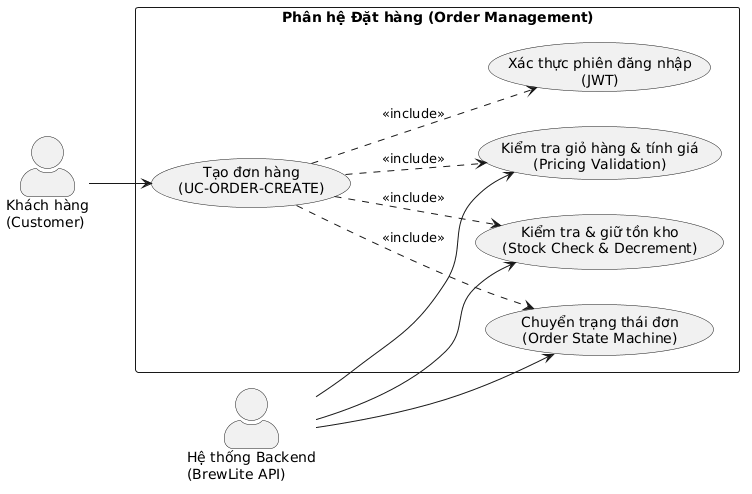
ChienPM-27/BrewLite_02 keeps this PlantUML diagram as report/figures/usecase-order.png. Above is the earlier version. Source of this version:
```plantuml
@startuml
left to right direction
skinparam packageStyle rectangle
skinparam actorStyle awesome

actor "Khách hàng\n(Customer)" as Customer
actor "Hệ thống Backend\n(BrewLite API)" as Backend

rectangle "Phân hệ Đặt hàng (Order Management)" {
  usecase "Tạo đơn hàng\n(UC-ORDER-CREATE)" as UC_CreateOrder
  usecase "Xác thực phiên đăng nhập\n(JWT)" as UC_Auth
  usecase "Kiểm tra giỏ hàng & tính giá\n(Pricing Validation)" as UC_ValidatePricing
  usecase "Kiểm tra & giữ tồn kho\n(Stock Check & Decrement)" as UC_Stock
  usecase "Chuyển trạng thái đơn\n(Order State Machine)" as UC_StateMachine
}

Customer --> UC_CreateOrder

UC_CreateOrder ..> UC_Auth            : <<include>>
UC_CreateOrder ..> UC_ValidatePricing : <<include>>
UC_CreateOrder ..> UC_Stock           : <<include>>
UC_CreateOrder ..> UC_StateMachine   : <<include>>

Backend --> UC_ValidatePricing
Backend --> UC_Stock
Backend --> UC_StateMachine
@enduml
```
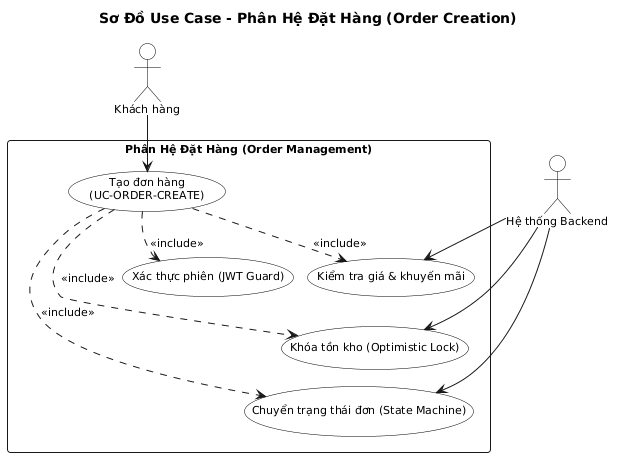
After the change.

Diff of the diagram source:
```diff
@@ -1,27 +1,45 @@
-@startuml
-left to right direction
-skinparam packageStyle rectangle
-skinparam actorStyle awesome
+@startuml usecase-order
+title Sơ Đồ Use Case - Phân Hệ Đặt Hàng (Order Creation)
 
-actor "Khách hàng\n(Customer)" as Customer
-actor "Hệ thống Backend\n(BrewLite API)" as Backend
+skinparam defaultFontName Arial
+skinparam shadowing false
+skinparam roundcorner 6
+skinparam defaultFontSize 11
+skinparam nodesep 14
+skinparam ranksep 16
 
-rectangle "Phân hệ Đặt hàng (Order Management)" {
-  usecase "Tạo đơn hàng\n(UC-ORDER-CREATE)" as UC_CreateOrder
-  usecase "Xác thực phiên đăng nhập\n(JWT)" as UC_Auth
-  usecase "Kiểm tra giỏ hàng & tính giá\n(Pricing Validation)" as UC_ValidatePricing
-  usecase "Kiểm tra & giữ tồn kho\n(Stock Check & Decrement)" as UC_Stock
-  usecase "Chuyển trạng thái đơn\n(Order State Machine)" as UC_StateMachine
+skinparam actor {
+    BackgroundColor white
+    BorderColor black
+}
+skinparam usecase {
+    BackgroundColor white
+    BorderColor black
+}
+
+actor "Khách hàng" as Customer
+actor "Hệ thống Backend" as Backend
+
+rectangle "Phân Hệ Đặt Hàng (Order Management)" {
+    usecase "Tạo đơn hàng\n(UC-ORDER-CREATE)" as UC_CreateOrder
+    usecase "Xác thực phiên (JWT Guard)" as UC_Auth
+    usecase "Kiểm tra giá & khuyến mãi" as UC_ValidatePricing
+    usecase "Khóa tồn kho (Optimistic Lock)" as UC_Stock
+    usecase "Chuyển trạng thái đơn (State Machine)" as UC_StateMachine
 }
 
 Customer --> UC_CreateOrder
 
-UC_CreateOrder ..> UC_Auth            : <<include>>
+UC_CreateOrder ..> UC_Auth : <<include>>
 UC_CreateOrder ..> UC_ValidatePricing : <<include>>
-UC_CreateOrder ..> UC_Stock           : <<include>>
-UC_CreateOrder ..> UC_StateMachine   : <<include>>
+UC_CreateOrder ..> UC_Stock : <<include>>
+UC_CreateOrder ..> UC_StateMachine : <<include>>
 
 Backend --> UC_ValidatePricing
 Backend --> UC_Stock
 Backend --> UC_StateMachine
+
+UC_CreateOrder -[hidden]down-> UC_Auth
+UC_ValidatePricing -[hidden]down-> UC_Stock
+UC_Stock -[hidden]down-> UC_StateMachine
 @enduml
```
